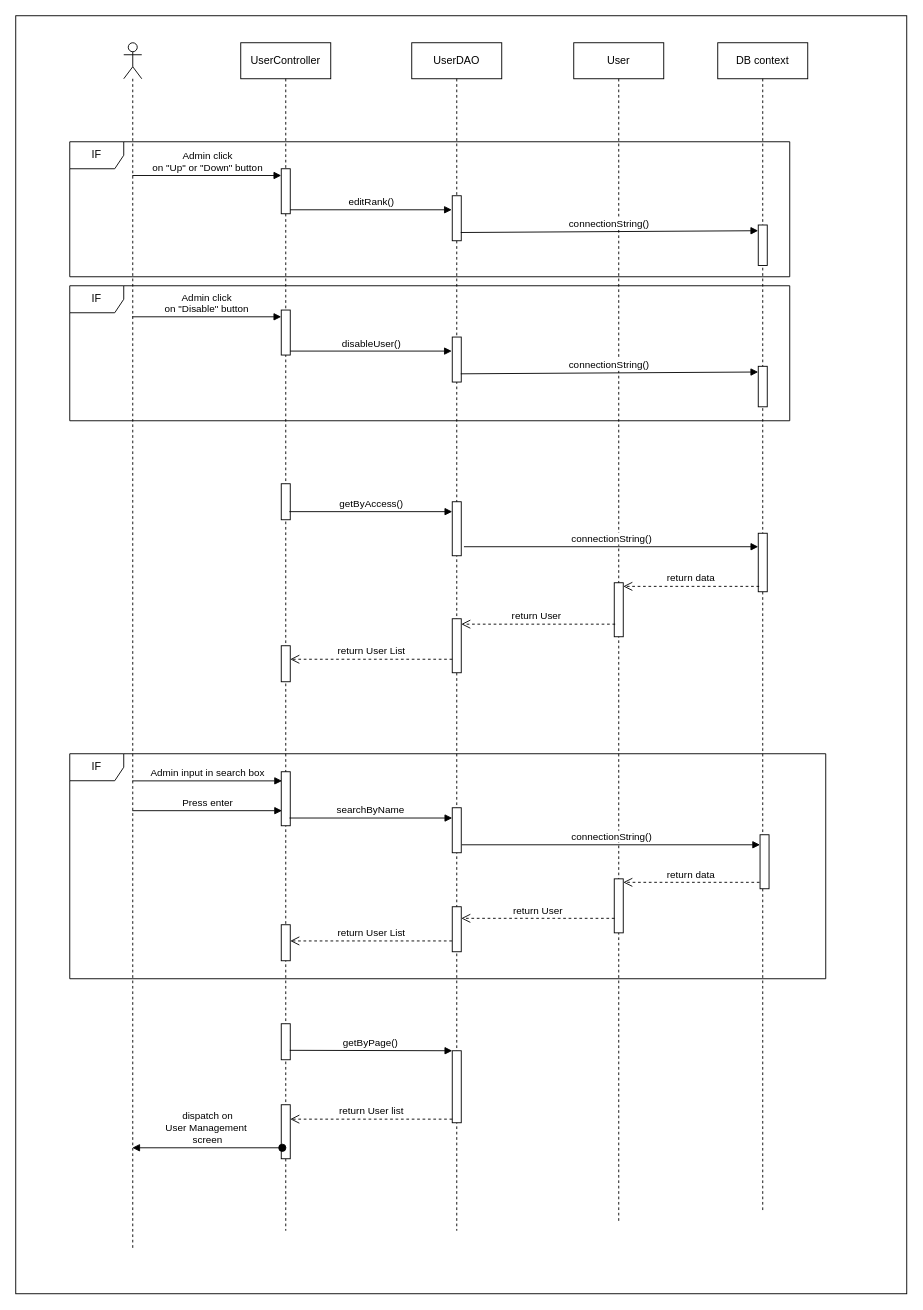
Before: page "Trang-5" (5 of 6) of te2.drawio in baspdd/desktop-tutorial, a draw.io diagram. Source tidied: cells renumbered, new cells numbered last; positions are measured from the earlier drawing's top-left corner, leaving out a move shared by most shapes. Both pictures are drawn from the tidied source at 90%, with x=0, y=0 at pixel (15, 15).
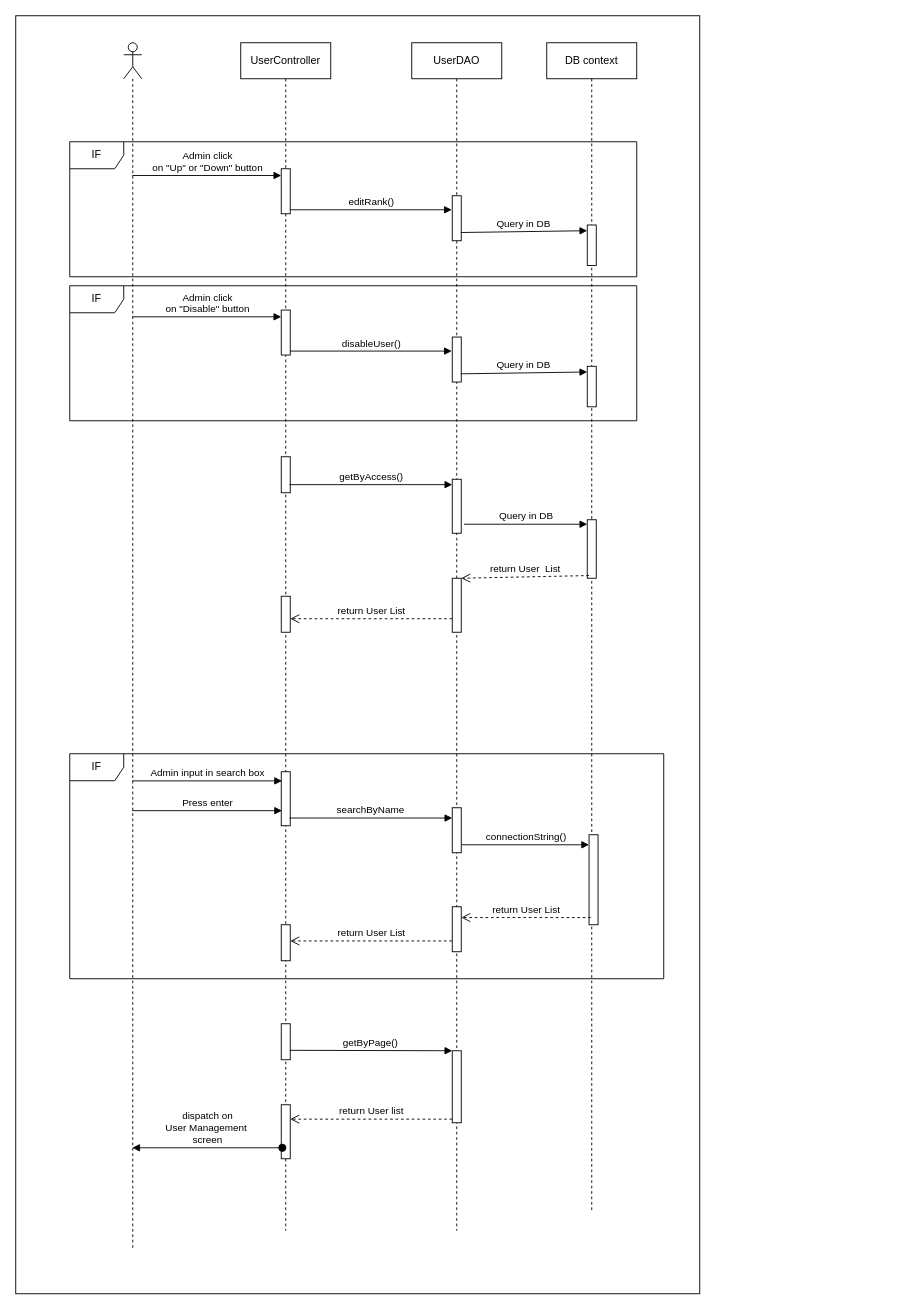
Above is the later version.

The change refers to these unchanged cells:
```xml
<mxCell id="5" style="shape=umlLifeline;participant=umlActor;perimeter=lifelinePerimeter;whiteSpace=wrap;html=1;verticalAlign=top;spacingTop=36;outlineConnect=0;" parent="1" vertex="1">
  <mxGeometry x="120" y="30" width="20" height="1340" as="geometry" />
</mxCell>
<mxCell id="6" value="UserController" style="shape=umlLifeline;perimeter=lifelinePerimeter;whiteSpace=wrap;html=1;" parent="1" vertex="1">
  <mxGeometry x="250" y="30" width="100" height="1320" as="geometry" />
</mxCell>
<mxCell id="14" value="UserDAO" style="shape=umlLifeline;perimeter=lifelinePerimeter;whiteSpace=wrap;html=1;" parent="1" vertex="1">
  <mxGeometry x="440" y="30" width="100" height="1320" as="geometry" />
</mxCell>
<mxCell id="15" style="html=1;points=[];perimeter=orthogonalPerimeter;" parent="14" vertex="1">
  <mxGeometry x="45" y="170" width="10" height="50" as="geometry" />
</mxCell>
<mxCell id="19" style="html=1;points=[];perimeter=orthogonalPerimeter;" parent="14" vertex="1">
  <mxGeometry x="45" y="960" width="10" height="50" as="geometry" />
</mxCell>
<mxCell id="25" style="html=1;points=[];perimeter=orthogonalPerimeter;" parent="24" vertex="1">
  <mxGeometry x="45" y="202.5" width="10" height="45" as="geometry" />
</mxCell>
<mxCell id="28" style="html=1;points=[];perimeter=orthogonalPerimeter;" parent="24" vertex="1">
  <mxGeometry x="45" y="359.5" width="10" height="45" as="geometry" />
</mxCell>
```

Diff of the diagram source:
```diff
@@
     <mxCell id="2" style="rounded=0;whiteSpace=wrap;html=1;" parent="1" vertex="1">
-      <mxGeometry width="990" height="1420" as="geometry" />
+      <mxGeometry width="760" height="1420" as="geometry" />
     </mxCell>
     <mxCell id="3" value="IF" style="shape=umlFrame;whiteSpace=wrap;html=1;" parent="1" vertex="1">
-      <mxGeometry x="60" y="820" width="840" height="250" as="geometry" />
+      <mxGeometry x="60" y="820" width="660" height="250" as="geometry" />
     </mxCell>
     <mxCell id="4" value="IF" style="shape=umlFrame;whiteSpace=wrap;html=1;" parent="1" vertex="1">
-      <mxGeometry x="60" y="300" width="800" height="150" as="geometry" />
+      <mxGeometry x="60" y="300" width="630" height="150" as="geometry" />
     </mxCell>
@@
     <mxCell id="8" style="html=1;points=[];perimeter=orthogonalPerimeter;" parent="6" vertex="1">
-      <mxGeometry x="45" y="490" width="10" height="40" as="geometry" />
+      <mxGeometry x="45" y="460" width="10" height="40" as="geometry" />
     </mxCell>
     <mxCell id="9" style="html=1;points=[];perimeter=orthogonalPerimeter;" parent="6" vertex="1">
-      <mxGeometry x="45" y="670" width="10" height="40" as="geometry" />
+      <mxGeometry x="45" y="615" width="10" height="40" as="geometry" />
     </mxCell>
@@
+    <mxCell id="26" style="html=1;points=[];perimeter=orthogonalPerimeter;" parent="6" vertex="1">
+      <mxGeometry x="45" y="297" width="10" height="50" as="geometry" />
+    </mxCell>
@@
     <mxCell id="16" style="html=1;points=[];perimeter=orthogonalPerimeter;" parent="14" vertex="1">
-      <mxGeometry x="45" y="510" width="10" height="60" as="geometry" />
+      <mxGeometry x="45" y="485" width="10" height="60" as="geometry" />
     </mxCell>
     <mxCell id="17" style="html=1;points=[];perimeter=orthogonalPerimeter;" parent="14" vertex="1">
-      <mxGeometry x="45" y="640" width="10" height="60" as="geometry" />
+      <mxGeometry x="45" y="595" width="10" height="60" as="geometry" />
     </mxCell>
@@
-    <mxCell id="21" value="User" style="shape=umlLifeline;perimeter=lifelinePerimeter;whiteSpace=wrap;html=1;" parent="1" vertex="1">
-      <mxGeometry x="620" y="30" width="100" height="1310" as="geometry" />
-    </mxCell>
-    <mxCell id="22" style="html=1;points=[];perimeter=orthogonalPerimeter;" parent="21" vertex="1">
-      <mxGeometry x="45" y="600" width="10" height="60" as="geometry" />
-    </mxCell>
-    <mxCell id="23" style="html=1;points=[];perimeter=orthogonalPerimeter;" parent="21" vertex="1">
-      <mxGeometry x="45" y="929" width="10" height="60" as="geometry" />
-    </mxCell>
+    <mxCell id="27" style="html=1;points=[];perimeter=orthogonalPerimeter;" parent="14" vertex="1">
+      <mxGeometry x="45" y="327" width="10" height="50" as="geometry" />
+    </mxCell>
     <mxCell id="24" value="DB context" style="shape=umlLifeline;perimeter=lifelinePerimeter;whiteSpace=wrap;html=1;" parent="1" vertex="1">
-      <mxGeometry x="780" y="30" width="100" height="1300" as="geometry" />
+      <mxGeometry x="590" y="30" width="100" height="1300" as="geometry" />
     </mxCell>
@@
-    <mxCell id="26" style="html=1;points=[];perimeter=orthogonalPerimeter;" parent="24" vertex="1">
-      <mxGeometry x="-485" y="297" width="10" height="50" as="geometry" />
-    </mxCell>
-    <mxCell id="27" style="html=1;points=[];perimeter=orthogonalPerimeter;" parent="24" vertex="1">
-      <mxGeometry x="-295" y="327" width="10" height="50" as="geometry" />
-    </mxCell>
@@
-    <mxCell id="29" value="Admin click &lt;br&gt;on &quot;Disable&quot; button" style="html=1;verticalAlign=bottom;endArrow=block;rounded=0;entryX=0;entryY=0.15;entryDx=0;entryDy=0;entryPerimeter=0;" parent="24" edge="1" target="26">
-      <mxGeometry relative="1" as="geometry">
-        <mxPoint x="-650.7" y="304.5" as="sourcePoint" />
-      </mxGeometry>
-    </mxCell>
-    <mxCell id="30" value="disableUser()" style="html=1;verticalAlign=bottom;endArrow=block;rounded=0;exitX=0.995;exitY=0.912;exitDx=0;exitDy=0;exitPerimeter=0;entryX=-0.052;entryY=0.312;entryDx=0;entryDy=0;entryPerimeter=0;" parent="24" edge="1" source="26" target="27">
-      <mxGeometry relative="1" as="geometry" />
-    </mxCell>
-    <mxCell id="31" value="connectionString()" style="html=1;verticalAlign=bottom;endArrow=block;rounded=0;exitX=0.948;exitY=0.817;exitDx=0;exitDy=0;exitPerimeter=0;entryX=-0.005;entryY=0.141;entryDx=0;entryDy=0;entryPerimeter=0;" parent="24" edge="1" source="27" target="28">
-      <mxGeometry relative="1" as="geometry" />
-    </mxCell>
     <mxCell id="32" style="html=1;points=[];perimeter=orthogonalPerimeter;" parent="24" vertex="1">
-      <mxGeometry x="45" y="545" width="10" height="65" as="geometry" />
+      <mxGeometry x="45" y="530" width="10" height="65" as="geometry" />
     </mxCell>
     <mxCell id="33" style="html=1;points=[];perimeter=orthogonalPerimeter;" parent="24" vertex="1">
-      <mxGeometry x="47" y="880" width="10" height="60" as="geometry" />
+      <mxGeometry x="47" y="880" width="10" height="100" as="geometry" />
     </mxCell>
@@
     <mxCell id="36" value="IF" style="shape=umlFrame;whiteSpace=wrap;html=1;" parent="1" vertex="1">
-      <mxGeometry x="60" y="140" width="800" height="150" as="geometry" />
+      <mxGeometry x="60" y="140" width="630" height="150" as="geometry" />
     </mxCell>
-    <mxCell id="37" value="connectionString()" style="html=1;verticalAlign=bottom;endArrow=block;rounded=0;exitX=0.948;exitY=0.817;exitDx=0;exitDy=0;exitPerimeter=0;entryX=-0.005;entryY=0.141;entryDx=0;entryDy=0;entryPerimeter=0;" parent="1" edge="1" source="15" target="25">
+    <mxCell id="37" value="Query in DB" style="html=1;verticalAlign=bottom;endArrow=block;rounded=0;exitX=0.948;exitY=0.817;exitDx=0;exitDy=0;exitPerimeter=0;entryX=-0.005;entryY=0.141;entryDx=0;entryDy=0;entryPerimeter=0;" parent="1" edge="1" source="15" target="25">
       <mxGeometry relative="1" as="geometry" />
     </mxCell>
@@
-    <mxCell id="39" value="connectionString()" style="html=1;verticalAlign=bottom;endArrow=block;rounded=0;exitX=1.3;exitY=0.833;exitDx=0;exitDy=0;exitPerimeter=0;" parent="1" edge="1" source="16" target="32">
+    <mxCell id="39" value="Query in DB" style="html=1;verticalAlign=bottom;endArrow=block;rounded=0;exitX=1.3;exitY=0.833;exitDx=0;exitDy=0;exitPerimeter=0;" parent="1" edge="1" source="16" target="32">
       <mxGeometry relative="1" as="geometry" />
     </mxCell>
-    <mxCell id="40" value="return data" style="html=1;verticalAlign=bottom;endArrow=open;dashed=1;endSize=8;rounded=0;exitX=0.1;exitY=0.908;exitDx=0;exitDy=0;exitPerimeter=0;" parent="1" edge="1" source="32" target="22">
-      <mxGeometry relative="1" as="geometry" />
-    </mxCell>
-    <mxCell id="41" value="return User&amp;nbsp;" style="html=1;verticalAlign=bottom;endArrow=open;dashed=1;endSize=8;rounded=0;exitX=0.1;exitY=0.767;exitDx=0;exitDy=0;exitPerimeter=0;" parent="1" edge="1" source="22" target="17">
+    <mxCell id="41" value="return User&amp;nbsp; List" style="html=1;verticalAlign=bottom;endArrow=open;dashed=1;endSize=8;rounded=0;exitX=0.2;exitY=0.954;exitDx=0;exitDy=0;exitPerimeter=0;" parent="1" edge="1" source="32" target="17">
       <mxGeometry relative="1" as="geometry" />
     </mxCell>
@@
-    <mxCell id="46" value="return data" style="html=1;verticalAlign=bottom;endArrow=open;dashed=1;endSize=8;rounded=0;exitX=-0.057;exitY=0.881;exitDx=0;exitDy=0;exitPerimeter=0;" parent="1" edge="1" source="33" target="23">
-      <mxGeometry relative="1" as="geometry" />
-    </mxCell>
-    <mxCell id="47" value="return User" style="html=1;verticalAlign=bottom;endArrow=open;dashed=1;endSize=8;rounded=0;exitX=0.029;exitY=0.731;exitDx=0;exitDy=0;exitPerimeter=0;" parent="1" edge="1" source="23" target="19">
+    <mxCell id="47" value="return User List" style="html=1;verticalAlign=bottom;endArrow=open;dashed=1;endSize=8;rounded=0;exitX=0.2;exitY=0.92;exitDx=0;exitDy=0;exitPerimeter=0;" parent="1" edge="1" source="33" target="19">
       <mxGeometry relative="1" as="geometry" />
     </mxCell>
@@
+    <mxCell id="30" value="disableUser()" style="html=1;verticalAlign=bottom;endArrow=block;rounded=0;exitX=0.995;exitY=0.912;exitDx=0;exitDy=0;exitPerimeter=0;entryX=-0.052;entryY=0.312;entryDx=0;entryDy=0;entryPerimeter=0;" parent="1" edge="1" source="26" target="27">
+      <mxGeometry relative="1" as="geometry" />
+    </mxCell>
+    <mxCell id="31" value="Query in DB" style="html=1;verticalAlign=bottom;endArrow=block;rounded=0;exitX=0.948;exitY=0.817;exitDx=0;exitDy=0;exitPerimeter=0;entryX=-0.005;entryY=0.141;entryDx=0;entryDy=0;entryPerimeter=0;" parent="1" edge="1" source="27" target="28">
+      <mxGeometry relative="1" as="geometry" />
+    </mxCell>
+    <mxCell id="29" value="Admin click &lt;br&gt;on &quot;Disable&quot; button" style="html=1;verticalAlign=bottom;endArrow=block;rounded=0;entryX=0;entryY=0.15;entryDx=0;entryDy=0;entryPerimeter=0;" parent="1" edge="1" source="5" target="26">
+      <mxGeometry relative="1" as="geometry" />
+    </mxCell>
```
